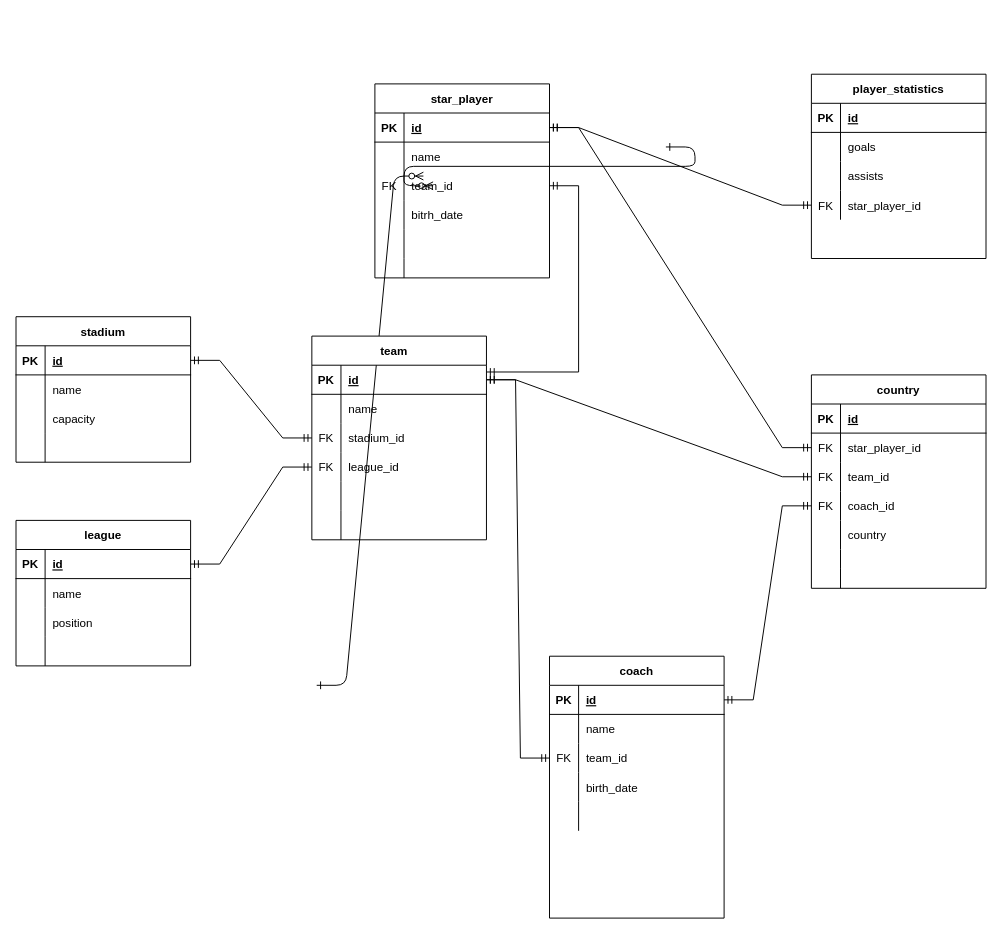
The draw.io diagram Diagramă fără titlu.drawio in alexandrucostinas/dbmodelling, before the edit. Source tidied: cells renumbered, new cells numbered last; positions are measured from the earlier drawing's top-left corner, leaving out a move shared by most shapes. Both pictures are drawn from the tidied source at 97%, with x=0, y=0 at pixel (16, 74).
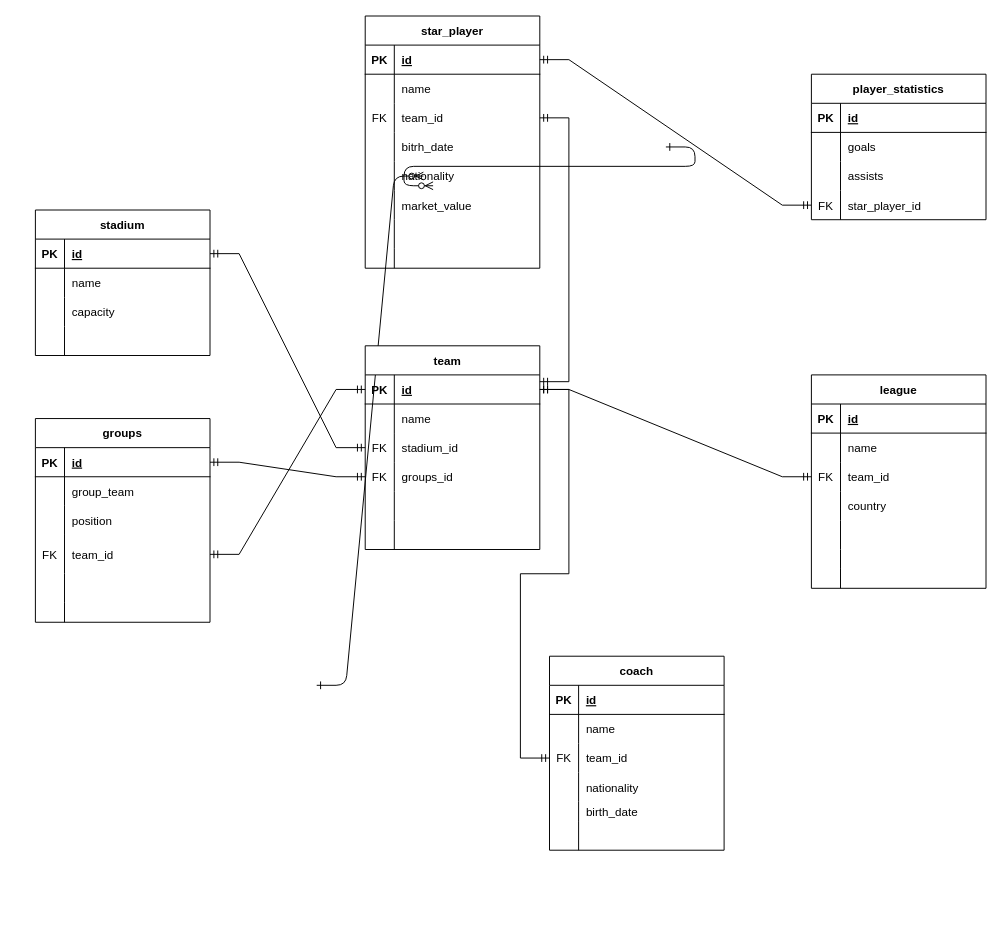
After the change.

Unchanged cells that the change refers to:
```xml
<mxCell id="5" style="shape=tableRow;horizontal=0;startSize=0;swimlaneHead=0;swimlaneBody=0;fillColor=none;points=[[0,0.5],[1,0.5]];portConstraint=eastwest;top=0;left=0;right=0;bottom=1;" parent="4" vertex="1">
  <mxGeometry y="30" width="180" height="30" as="geometry" />
</mxCell>
<mxCell id="14" style="shape=tableRow;horizontal=0;startSize=0;swimlaneHead=0;swimlaneBody=0;fillColor=none;points=[[0,0.5],[1,0.5]];portConstraint=eastwest;top=0;left=0;right=0;bottom=0;" parent="4" vertex="1">
  <mxGeometry y="120" width="180" height="30" as="geometry" />
</mxCell>
<mxCell id="24" style="shape=tableRow;horizontal=0;startSize=0;swimlaneHead=0;swimlaneBody=0;fillColor=none;points=[[0,0.5],[1,0.5]];portConstraint=eastwest;top=0;left=0;right=0;bottom=1;" parent="23" vertex="1">
  <mxGeometry y="30" width="180" height="30" as="geometry" />
</mxCell>
<mxCell id="44" style="shape=tableRow;horizontal=0;startSize=0;swimlaneHead=0;swimlaneBody=0;fillColor=none;points=[[0,0.5],[1,0.5]];portConstraint=eastwest;top=0;left=0;right=0;bottom=1;" parent="43" vertex="1">
  <mxGeometry y="30" width="180" height="30" as="geometry" />
</mxCell>
<mxCell id="53" style="shape=tableRow;horizontal=0;startSize=0;swimlaneHead=0;swimlaneBody=0;fillColor=none;top=0;left=0;right=0;bottom=0;" parent="43" vertex="1">
  <mxGeometry y="120" width="180" height="30" as="geometry" />
</mxCell>
<mxCell id="82" style="shape=tableRow;horizontal=0;startSize=0;swimlaneHead=0;swimlaneBody=0;fillColor=none;points=[[0,0.5],[1,0.5]];portConstraint=eastwest;top=0;left=0;right=0;bottom=0;" parent="78" vertex="1">
  <mxGeometry y="60" width="180" height="30" as="geometry" />
</mxCell>
<mxCell id="121" style="shape=tableRow;horizontal=0;startSize=0;swimlaneHead=0;swimlaneBody=0;fillColor=none;top=0;left=0;right=0;bottom=0;" parent="117" vertex="1">
  <mxGeometry y="60" width="180" height="30" as="geometry" />
</mxCell>
```

The edit, as a diff of the source:
```diff
@@
     <mxCell id="4" value="team   " style="shape=table;startSize=30;childLayout=tableLayout;rowLines=0;fontStyle=1;align=center;" parent="1" vertex="1">
-      <mxGeometry x="305" y="270" width="180" height="210" as="geometry" />
+      <mxGeometry x="360" y="280" width="180" height="210" as="geometry" />
     </mxCell>
@@
-    <mxCell id="16" value="league_id" style="shape=partialRectangle;fillColor=none;top=0;left=0;bottom=0;right=0;align=left;spacingLeft=6;overflow=hidden;" parent="14" vertex="1">
+    <mxCell id="16" value="groups_id" style="shape=partialRectangle;fillColor=none;top=0;left=0;bottom=0;right=0;align=left;spacingLeft=6;overflow=hidden;" parent="14" vertex="1">
       <mxGeometry x="30" width="150" height="30" as="geometry" />
     </mxCell>
@@
     <mxCell id="23" value="star_player" style="shape=table;startSize=30;childLayout=tableLayout;rowLines=0;fontStyle=1;align=center;" parent="1" vertex="1">
-      <mxGeometry x="370" y="10" width="180" height="200" as="geometry" />
+      <mxGeometry x="360" y="-60" width="180" height="260" as="geometry" />
     </mxCell>
@@
+    <mxCell id="131" style="shape=tableRow;horizontal=0;startSize=0;swimlaneHead=0;swimlaneBody=0;fillColor=none;top=0;left=0;right=0;bottom=0;" parent="23" vertex="1">
+      <mxGeometry y="150" width="180" height="30" as="geometry" />
+    </mxCell>
+    <mxCell id="132" style="shape=partialRectangle;fillColor=none;top=0;left=0;bottom=0;right=0;overflow=hidden;" parent="131" vertex="1">
+      <mxGeometry width="30" height="30" as="geometry" />
+    </mxCell>
+    <mxCell id="133" value="nationality" style="shape=partialRectangle;fillColor=none;top=0;left=0;bottom=0;right=0;align=left;spacingLeft=6;overflow=hidden;" parent="131" vertex="1">
+      <mxGeometry x="30" width="150" height="30" as="geometry" />
+    </mxCell>
+    <mxCell id="134" style="shape=tableRow;horizontal=0;startSize=0;swimlaneHead=0;swimlaneBody=0;fillColor=none;top=0;left=0;right=0;bottom=0;" parent="23" vertex="1">
+      <mxGeometry y="180" width="180" height="30" as="geometry" />
+    </mxCell>
+    <mxCell id="135" style="shape=partialRectangle;fillColor=none;top=0;left=0;bottom=0;right=0;overflow=hidden;" parent="134" vertex="1">
+      <mxGeometry width="30" height="30" as="geometry" />
+    </mxCell>
+    <mxCell id="136" value="market_value" style="shape=partialRectangle;fillColor=none;top=0;left=0;bottom=0;right=0;align=left;spacingLeft=6;overflow=hidden;" parent="134" vertex="1">
+      <mxGeometry x="30" width="150" height="30" as="geometry" />
+    </mxCell>
     <mxCell id="36" style="shape=tableRow;horizontal=0;startSize=0;swimlaneHead=0;swimlaneBody=0;fillColor=none;top=0;left=0;right=0;bottom=0;" parent="23" vertex="1">
-      <mxGeometry y="150" width="180" height="30" as="geometry" />
+      <mxGeometry y="210" width="180" height="30" as="geometry" />
     </mxCell>
@@
     <mxCell id="39" style="shape=tableRow;horizontal=0;startSize=0;swimlaneHead=0;swimlaneBody=0;fillColor=none;top=0;left=0;right=0;bottom=0;" parent="23" vertex="1">
-      <mxGeometry y="180" width="180" height="20" as="geometry" />
+      <mxGeometry y="240" width="180" height="20" as="geometry" />
     </mxCell>
@@
     <mxCell id="43" value="coach" style="shape=table;startSize=30;childLayout=tableLayout;rowLines=0;fontStyle=1;align=center;" parent="1" vertex="1">
-      <mxGeometry x="550" y="600" width="180" height="270" as="geometry" />
+      <mxGeometry x="550" y="600" width="180" height="200" as="geometry" />
     </mxCell>
@@
-    <mxCell id="55" value="birth_date" style="shape=partialRectangle;fillColor=none;top=0;left=0;bottom=0;right=0;align=left;spacingLeft=6;overflow=hidden;" parent="53" vertex="1">
+    <mxCell id="55" value="nationality" style="shape=partialRectangle;fillColor=none;top=0;left=0;bottom=0;right=0;align=left;spacingLeft=6;overflow=hidden;" parent="53" vertex="1">
       <mxGeometry x="30" width="150" height="30" as="geometry" />
     </mxCell>
+    <mxCell id="137" style="shape=tableRow;horizontal=0;startSize=0;swimlaneHead=0;swimlaneBody=0;fillColor=none;top=0;left=0;right=0;bottom=0;" parent="43" vertex="1">
+      <mxGeometry y="150" width="180" height="20" as="geometry" />
+    </mxCell>
+    <mxCell id="138" style="shape=partialRectangle;fillColor=none;top=0;left=0;bottom=0;right=0;overflow=hidden;" parent="137" vertex="1">
+      <mxGeometry width="30" height="20" as="geometry" />
+    </mxCell>
+    <mxCell id="139" value="birth_date" style="shape=partialRectangle;fillColor=none;top=0;left=0;bottom=0;right=0;align=left;spacingLeft=6;overflow=hidden;" parent="137" vertex="1">
+      <mxGeometry x="30" width="150" height="20" as="geometry" />
+    </mxCell>
     <mxCell id="56" style="shape=tableRow;horizontal=0;startSize=0;swimlaneHead=0;swimlaneBody=0;fillColor=none;top=0;left=0;right=0;bottom=0;" parent="43" vertex="1">
-      <mxGeometry y="150" width="180" height="30" as="geometry" />
+      <mxGeometry y="170" width="180" height="30" as="geometry" />
     </mxCell>
@@
     <mxCell id="60" value="player_statistics" style="shape=table;startSize=30;childLayout=tableLayout;rowLines=0;fontStyle=1;align=center;" parent="1" vertex="1">
-      <mxGeometry x="820" width="180" height="190" as="geometry" />
+      <mxGeometry x="820" width="180" height="150" as="geometry" />
     </mxCell>
@@
-    <mxCell id="78" value="country" style="shape=table;startSize=30;childLayout=tableLayout;rowLines=0;fontStyle=1;align=center;" parent="1" vertex="1">
+    <mxCell id="78" value="league" style="shape=table;startSize=30;childLayout=tableLayout;rowLines=0;fontStyle=1;align=center;" parent="1" vertex="1">
       <mxGeometry x="820" y="310" width="180" height="220" as="geometry" />
     </mxCell>
@@
-    <mxCell id="83" value="FK" style="shape=partialRectangle;fillColor=none;top=0;left=0;bottom=0;right=0;overflow=hidden;" parent="82" vertex="1">
+    <mxCell id="83" style="shape=partialRectangle;fillColor=none;top=0;left=0;bottom=0;right=0;overflow=hidden;" parent="82" vertex="1">
       <mxGeometry width="30" height="30" as="geometry" />
     </mxCell>
-    <mxCell id="84" value="star_player_id" style="shape=partialRectangle;fillColor=none;top=0;left=0;bottom=0;right=0;align=left;spacingLeft=6;overflow=hidden;" parent="82" vertex="1">
+    <mxCell id="84" value="name" style="shape=partialRectangle;fillColor=none;top=0;left=0;bottom=0;right=0;align=left;spacingLeft=6;overflow=hidden;" parent="82" vertex="1">
       <mxGeometry x="30" width="150" height="30" as="geometry" />
     </mxCell>
@@
+    <mxCell id="91" style="shape=tableRow;horizontal=0;startSize=0;swimlaneHead=0;swimlaneBody=0;fillColor=none;top=0;left=0;right=0;bottom=0;" parent="78" vertex="1">
+      <mxGeometry y="120" width="180" height="30" as="geometry" />
+    </mxCell>
+    <mxCell id="92" style="shape=partialRectangle;fillColor=none;top=0;left=0;bottom=0;right=0;overflow=hidden;" parent="91" vertex="1">
+      <mxGeometry width="30" height="30" as="geometry" />
+    </mxCell>
+    <mxCell id="93" value="country" style="shape=partialRectangle;fillColor=none;top=0;left=0;bottom=0;right=0;align=left;spacingLeft=6;overflow=hidden;" parent="91" vertex="1">
+      <mxGeometry x="30" width="150" height="30" as="geometry" />
+    </mxCell>
     <mxCell id="88" style="shape=tableRow;horizontal=0;startSize=0;swimlaneHead=0;swimlaneBody=0;fillColor=none;points=[[0,0.5],[1,0.5]];portConstraint=eastwest;top=0;left=0;right=0;bottom=0;" parent="78" vertex="1">
-      <mxGeometry y="120" width="180" height="30" as="geometry" />
+      <mxGeometry y="150" width="180" height="30" as="geometry" />
     </mxCell>
-    <mxCell id="89" value="FK" style="shape=partialRectangle;fillColor=none;top=0;left=0;bottom=0;right=0;overflow=hidden;" parent="88" vertex="1">
+    <mxCell id="89" style="shape=partialRectangle;fillColor=none;top=0;left=0;bottom=0;right=0;overflow=hidden;" parent="88" vertex="1">
       <mxGeometry width="30" height="30" as="geometry" />
     </mxCell>
-    <mxCell id="90" value="coach_id" style="shape=partialRectangle;fillColor=none;top=0;left=0;bottom=0;right=0;align=left;spacingLeft=6;overflow=hidden;" parent="88" vertex="1">
+    <mxCell id="90" style="shape=partialRectangle;fillColor=none;top=0;left=0;bottom=0;right=0;align=left;spacingLeft=6;overflow=hidden;" parent="88" vertex="1">
       <mxGeometry x="30" width="150" height="30" as="geometry" />
     </mxCell>
-    <mxCell id="91" style="shape=tableRow;horizontal=0;startSize=0;swimlaneHead=0;swimlaneBody=0;fillColor=none;top=0;left=0;right=0;bottom=0;" parent="78" vertex="1">
-      <mxGeometry y="150" width="180" height="30" as="geometry" />
-    </mxCell>
-    <mxCell id="92" style="shape=partialRectangle;fillColor=none;top=0;left=0;bottom=0;right=0;overflow=hidden;" parent="91" vertex="1">
-      <mxGeometry width="30" height="30" as="geometry" />
-    </mxCell>
-    <mxCell id="93" value="country" style="shape=partialRectangle;fillColor=none;top=0;left=0;bottom=0;right=0;align=left;spacingLeft=6;overflow=hidden;" parent="91" vertex="1">
-      <mxGeometry x="30" width="150" height="30" as="geometry" />
-    </mxCell>
@@
-    <mxCell id="100" style="edgeStyle=entityRelationEdgeStyle;fontSize=12;html=1;endArrow=ERmandOne;startArrow=ERmandOne;rounded=0;entryX=0;entryY=0.5;entryDx=0;entryDy=0;exitX=1;exitY=0.5;exitDx=0;exitDy=0;" parent="1" edge="1" source="44" target="88">
-      <mxGeometry relative="1" as="geometry" />
-    </mxCell>
@@
-    <mxCell id="102" style="edgeStyle=entityRelationEdgeStyle;fontSize=12;html=1;endArrow=ERmandOne;startArrow=ERmandOne;rounded=0;entryX=0;entryY=0.5;entryDx=0;entryDy=0;exitX=1;exitY=0.5;exitDx=0;exitDy=0;" parent="1" edge="1" source="24" target="82">
-      <mxGeometry relative="1" as="geometry" />
-    </mxCell>
     <mxCell id="103" value="stadium" style="shape=table;startSize=30;childLayout=tableLayout;rowLines=0;fontStyle=1;align=center;" parent="1" vertex="1">
-      <mxGeometry y="250" width="180" height="150" as="geometry" />
+      <mxGeometry x="20" y="140" width="180" height="150" as="geometry" />
     </mxCell>
@@
-    <mxCell id="117" value="league" style="shape=table;startSize=30;childLayout=tableLayout;rowLines=0;fontStyle=1;align=center;" parent="1" vertex="1">
-      <mxGeometry y="460" width="180" height="150" as="geometry" />
+    <mxCell id="117" value="groups" style="shape=table;startSize=30;childLayout=tableLayout;rowLines=0;fontStyle=1;align=center;" parent="1" vertex="1">
+      <mxGeometry x="20" y="355" width="180" height="210" as="geometry" />
     </mxCell>
@@
-    <mxCell id="123" value="name" style="shape=partialRectangle;fillColor=none;top=0;left=0;bottom=0;right=0;align=left;spacingLeft=6;overflow=hidden;" parent="121" vertex="1">
+    <mxCell id="123" value="group_team" style="shape=partialRectangle;fillColor=none;top=0;left=0;bottom=0;right=0;align=left;spacingLeft=6;overflow=hidden;" parent="121" vertex="1">
       <mxGeometry x="30" width="150" height="30" as="geometry" />
     </mxCell>
@@
+    <mxCell id="140" style="shape=tableRow;horizontal=0;startSize=0;swimlaneHead=0;swimlaneBody=0;fillColor=none;points=[[0,0.5],[1,0.5]];portConstraint=eastwest;top=0;left=0;right=0;bottom=0;" parent="117" vertex="1">
+      <mxGeometry y="120" width="180" height="40" as="geometry" />
+    </mxCell>
+    <mxCell id="141" value="FK" style="shape=partialRectangle;fillColor=none;top=0;left=0;bottom=0;right=0;overflow=hidden;" parent="140" vertex="1">
+      <mxGeometry width="30" height="40" as="geometry" />
+    </mxCell>
+    <mxCell id="142" value="team_id" style="shape=partialRectangle;fillColor=none;top=0;left=0;bottom=0;right=0;align=left;spacingLeft=6;overflow=hidden;" parent="140" vertex="1">
+      <mxGeometry x="30" width="150" height="40" as="geometry" />
+    </mxCell>
+    <mxCell id="143" style="shape=tableRow;horizontal=0;startSize=0;swimlaneHead=0;swimlaneBody=0;fillColor=none;top=0;left=0;right=0;bottom=0;" parent="117" vertex="1">
+      <mxGeometry y="160" width="180" height="30" as="geometry" />
+    </mxCell>
+    <mxCell id="144" style="shape=partialRectangle;fillColor=none;top=0;left=0;bottom=0;right=0;overflow=hidden;" parent="143" vertex="1">
+      <mxGeometry width="30" height="30" as="geometry" />
+    </mxCell>
+    <mxCell id="145" style="shape=partialRectangle;fillColor=none;top=0;left=0;bottom=0;right=0;align=left;spacingLeft=6;overflow=hidden;" parent="143" vertex="1">
+      <mxGeometry x="30" width="150" height="30" as="geometry" />
+    </mxCell>
     <mxCell id="127" style="shape=tableRow;horizontal=0;startSize=0;swimlaneHead=0;swimlaneBody=0;fillColor=none;top=0;left=0;right=0;bottom=0;" parent="117" vertex="1">
-      <mxGeometry y="120" width="180" height="30" as="geometry" />
+      <mxGeometry y="190" width="180" height="20" as="geometry" />
     </mxCell>
     <mxCell id="128" style="shape=partialRectangle;fillColor=none;top=0;left=0;bottom=0;right=0;overflow=hidden;" parent="127" vertex="1">
-      <mxGeometry width="30" height="30" as="geometry" />
+      <mxGeometry width="30" height="20" as="geometry" />
     </mxCell>
     <mxCell id="129" style="shape=partialRectangle;fillColor=none;top=0;left=0;bottom=0;right=0;align=left;spacingLeft=6;overflow=hidden;" parent="127" vertex="1">
-      <mxGeometry x="30" width="150" height="30" as="geometry" />
+      <mxGeometry x="30" width="150" height="20" as="geometry" />
     </mxCell>
@@
+    <mxCell id="146" style="edgeStyle=entityRelationEdgeStyle;fontSize=12;html=1;endArrow=ERmandOne;startArrow=ERmandOne;rounded=0;exitX=1;exitY=0.5;exitDx=0;exitDy=0;entryX=0;entryY=0.5;entryDx=0;entryDy=0;" parent="1" edge="1" source="140" target="5">
+      <mxGeometry relative="1" as="geometry" />
+    </mxCell>
```
